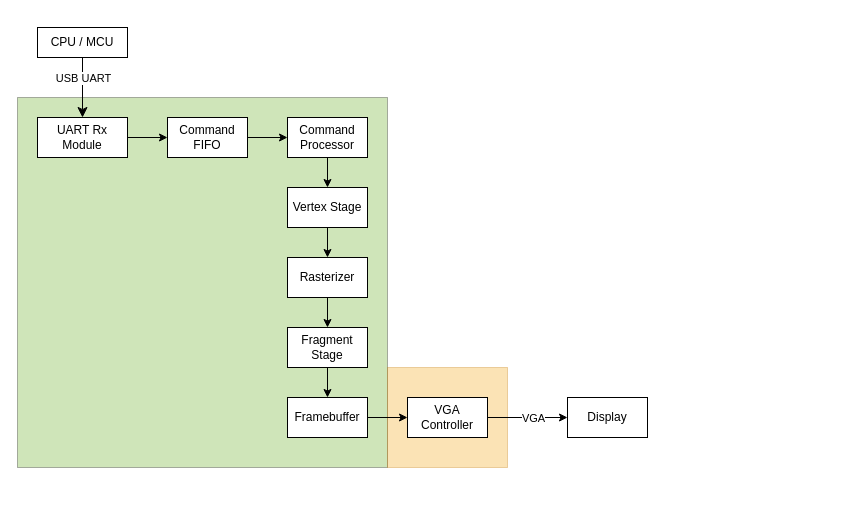
This is docs/tiny_gpu.drawio from x-vmaier/fpga-gpu, a draw.io file, before an edit. Source tidied: cells renumbered, new cells numbered last; positions are measured from the earlier drawing's top-left corner, leaving out a move shared by most shapes. Both pictures are drawn from the tidied source at 100%, with x=0, y=0 at pixel (17, 27).
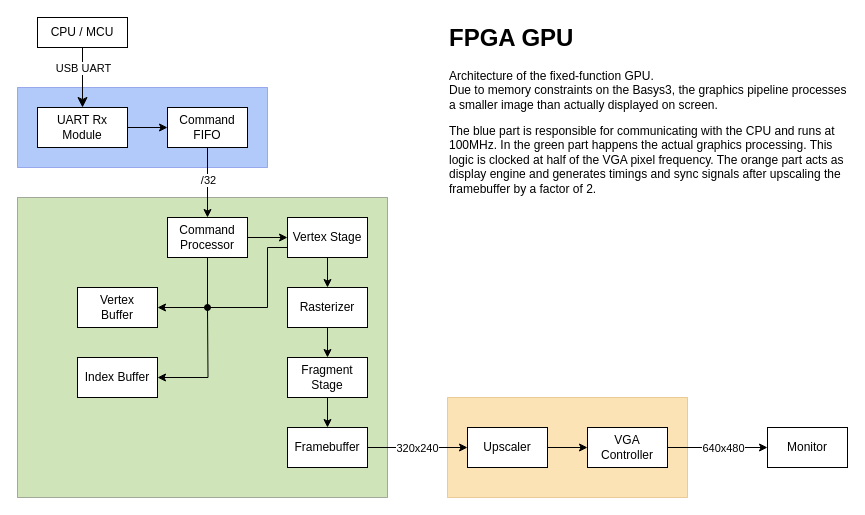
After the change.

Commit message:
Update gpu architecture

Diff of the diagram source:
```diff
@@
+    <mxCell id="25" style="rounded=0;whiteSpace=wrap;html=1;fillColor=#0050ef;fontColor=#ffffff;strokeColor=#001DBC;opacity=30;glass=0;shadow=0;perimeterSpacing=0;strokeWidth=1;" parent="1" vertex="1">
+      <mxGeometry y="60" width="250" height="80" as="geometry" />
+    </mxCell>
     <mxCell id="2" style="rounded=0;whiteSpace=wrap;html=1;fillColor=#60a917;fontColor=#ffffff;strokeColor=default;opacity=30;glass=0;shadow=0;gradientColor=none;perimeterSpacing=0;strokeWidth=1;" parent="1" vertex="1">
-      <mxGeometry y="70" width="370" height="370" as="geometry" />
+      <mxGeometry y="170" width="370" height="300" as="geometry" />
     </mxCell>
     <mxCell id="3" style="rounded=0;whiteSpace=wrap;html=1;fillColor=#f0a30a;fontColor=#000000;strokeColor=#BD7000;opacity=30;glass=0;shadow=0;perimeterSpacing=0;strokeWidth=1;" parent="1" vertex="1">
-      <mxGeometry x="370" y="340" width="120" height="100" as="geometry" />
+      <mxGeometry x="430" y="370" width="240" height="100" as="geometry" />
     </mxCell>
@@
     <mxCell id="5" value="UART Rx Module" style="rounded=0;whiteSpace=wrap;html=1;" parent="1" vertex="1">
-      <mxGeometry x="20" y="90" width="90" height="40" as="geometry" />
+      <mxGeometry x="20" y="80" width="90" height="40" as="geometry" />
     </mxCell>
-    <mxCell id="6" style="edgeStyle=segmentEdgeStyle;endArrow=classic;html=1;curved=0;rounded=0;endSize=8;startSize=8;sourcePerimeterSpacing=0;targetPerimeterSpacing=0;entryX=0.5;entryY=0;entryDx=0;entryDy=0;exitX=1;exitY=0.5;exitDx=0;exitDy=0;" parent="1" edge="1" source="8" target="5">
-      <mxGeometry relative="1" as="geometry">
-        <Array as="points">
-          <mxPoint x="65" y="25" />
-        </Array>
-      </mxGeometry>
+    <mxCell id="6" style="edgeStyle=segmentEdgeStyle;endArrow=classic;html=1;curved=0;rounded=0;endSize=8;startSize=8;sourcePerimeterSpacing=0;targetPerimeterSpacing=0;entryX=0.5;entryY=0;entryDx=0;entryDy=0;exitX=0.5;exitY=1;exitDx=0;exitDy=0;" parent="1" edge="1" source="8" target="5">
+      <mxGeometry relative="1" as="geometry" />
     </mxCell>
     <mxCell id="7" value="USB UART" style="edgeLabel;html=1;align=center;verticalAlign=middle;" parent="6" vertex="1">
       <mxGeometry x="-0.07" relative="1" as="geometry">
-        <mxPoint y="24" as="offset" />
+        <mxPoint y="-8" as="offset" />
       </mxGeometry>
     </mxCell>
     <mxCell id="8" value="CPU / MCU" style="rounded=0;whiteSpace=wrap;html=1;" parent="1" vertex="1">
-      <mxGeometry x="20" width="90" height="30" as="geometry" />
+      <mxGeometry x="20" y="-10" width="90" height="30" as="geometry" />
     </mxCell>
-    <mxCell id="9" style="edgeStyle=none;rounded=0;jettySize=auto;html=1;" parent="1" edge="1" source="10" target="12">
+    <mxCell id="9" style="edgeStyle=none;rounded=0;jettySize=auto;html=1;exitX=0.5;exitY=1;exitDx=0;exitDy=0;" parent="1" edge="1" source="10" target="12">
       <mxGeometry relative="1" as="geometry" />
     </mxCell>
+    <mxCell id="26" value="/32" style="edgeLabel;html=1;align=center;verticalAlign=middle;" parent="9" vertex="1">
+      <mxGeometry x="-0.19" y="1" relative="1" as="geometry">
+        <mxPoint x="-1" y="4" as="offset" />
+      </mxGeometry>
+    </mxCell>
     <mxCell id="10" value="Command FIFO" style="rounded=0;whiteSpace=wrap;html=1;" parent="1" vertex="1">
-      <mxGeometry x="150" y="90" width="80" height="40" as="geometry" />
+      <mxGeometry x="150" y="80" width="80" height="40" as="geometry" />
     </mxCell>
@@
+    <mxCell id="27" style="edgeStyle=orthogonalEdgeStyle;rounded=0;jettySize=auto;html=1;exitX=0.5;exitY=1;exitDx=0;exitDy=0;entryX=1;entryY=0.5;entryDx=0;entryDy=0;" parent="1" edge="1" source="12" target="31">
+      <mxGeometry relative="1" as="geometry">
+        <Array as="points">
+          <mxPoint x="190" y="280" />
+        </Array>
+      </mxGeometry>
+    </mxCell>
     <mxCell id="12" value="Command Processor" style="rounded=0;whiteSpace=wrap;html=1;" parent="1" vertex="1">
-      <mxGeometry x="270" y="90" width="80" height="40" as="geometry" />
+      <mxGeometry x="150" y="190" width="80" height="40" as="geometry" />
     </mxCell>
@@
     <mxCell id="14" value="Vertex Stage" style="rounded=0;whiteSpace=wrap;html=1;" parent="1" vertex="1">
-      <mxGeometry x="270" y="160" width="80" height="40" as="geometry" />
+      <mxGeometry x="270" y="190" width="80" height="40" as="geometry" />
     </mxCell>
@@
     <mxCell id="16" value="Rasterizer" style="rounded=0;whiteSpace=wrap;html=1;" parent="1" vertex="1">
-      <mxGeometry x="270" y="230" width="80" height="40" as="geometry" />
+      <mxGeometry x="270" y="260" width="80" height="40" as="geometry" />
     </mxCell>
@@
     <mxCell id="18" value="Fragment Stage" style="rounded=0;whiteSpace=wrap;html=1;" parent="1" vertex="1">
-      <mxGeometry x="270" y="300" width="80" height="40" as="geometry" />
+      <mxGeometry x="270" y="330" width="80" height="40" as="geometry" />
     </mxCell>
-    <mxCell id="19" style="edgeStyle=none;rounded=0;jettySize=auto;html=1;" parent="1" edge="1" source="20" target="23">
-      <mxGeometry relative="1" as="geometry" />
-    </mxCell>
+    <mxCell id="28" style="edgeStyle=none;rounded=0;jettySize=auto;html=1;exitX=1;exitY=0.5;exitDx=0;exitDy=0;entryX=0;entryY=0.5;entryDx=0;entryDy=0;" parent="1" edge="1" source="20" target="35">
+      <mxGeometry relative="1" as="geometry" />
+    </mxCell>
+    <mxCell id="29" value="320x240" style="edgeLabel;html=1;align=center;verticalAlign=middle;" parent="28" vertex="1">
+      <mxGeometry x="-0.03" relative="1" as="geometry" />
+    </mxCell>
     <mxCell id="20" value="Framebuffer" style="rounded=0;whiteSpace=wrap;html=1;" parent="1" vertex="1">
-      <mxGeometry x="270" y="370" width="80" height="40" as="geometry" />
+      <mxGeometry x="270" y="400" width="80" height="40" as="geometry" />
     </mxCell>
-    <mxCell id="21" style="edgeStyle=none;rounded=0;jettySize=auto;html=1;" parent="1" edge="1" source="23" target="24">
+    <mxCell id="21" style="edgeStyle=none;rounded=0;jettySize=auto;html=1;exitX=1;exitY=0.5;exitDx=0;exitDy=0;" parent="1" edge="1" source="23" target="24">
       <mxGeometry relative="1" as="geometry" />
     </mxCell>
-    <mxCell id="22" value="VGA" style="edgeLabel;html=1;align=center;verticalAlign=middle;" parent="21" vertex="1">
+    <mxCell id="22" value="640x480" style="edgeLabel;html=1;align=center;verticalAlign=middle;" parent="21" vertex="1">
       <mxGeometry x="-0.05" y="-1" relative="1" as="geometry">
         <mxPoint x="7" y="-1" as="offset" />
       </mxGeometry>
     </mxCell>
     <mxCell id="23" value="VGA Controller" style="rounded=0;whiteSpace=wrap;html=1;" parent="1" vertex="1">
-      <mxGeometry x="390" y="370" width="80" height="40" as="geometry" />
+      <mxGeometry x="570" y="400" width="80" height="40" as="geometry" />
     </mxCell>
-    <mxCell id="24" value="Display" style="rounded=0;whiteSpace=wrap;html=1;" parent="1" vertex="1">
-      <mxGeometry x="550" y="370" width="80" height="40" as="geometry" />
+    <mxCell id="24" value="Monitor" style="rounded=0;whiteSpace=wrap;html=1;" parent="1" vertex="1">
+      <mxGeometry x="750" y="400" width="80" height="40" as="geometry" />
     </mxCell>
+    <mxCell id="30" style="edgeStyle=orthogonalEdgeStyle;rounded=0;jettySize=auto;html=1;entryX=0;entryY=0.75;entryDx=0;entryDy=0;startArrow=none;startFill=0;endArrow=none;endFill=0;" parent="1" edge="1" target="14">
+      <mxGeometry relative="1" as="geometry">
+        <mxPoint x="190" y="290" as="sourcePoint" />
+        <Array as="points">
+          <mxPoint x="190" y="280" />
+          <mxPoint x="250" y="280" />
+          <mxPoint x="250" y="220" />
+        </Array>
+      </mxGeometry>
+    </mxCell>
+    <mxCell id="31" value="Vertex&lt;div&gt;Buffer&lt;/div&gt;" style="rounded=0;whiteSpace=wrap;html=1;" parent="1" vertex="1">
+      <mxGeometry x="60" y="260" width="80" height="40" as="geometry" />
+    </mxCell>
+    <mxCell id="32" style="edgeStyle=orthogonalEdgeStyle;rounded=0;jettySize=auto;html=1;exitX=1;exitY=0.5;exitDx=0;exitDy=0;endArrow=oval;endFill=1;startArrow=classic;startFill=1;" parent="1" edge="1" source="33">
+      <mxGeometry relative="1" as="geometry">
+        <mxPoint x="190" y="280" as="targetPoint" />
+      </mxGeometry>
+    </mxCell>
+    <mxCell id="33" value="Index Buffer" style="rounded=0;whiteSpace=wrap;html=1;" parent="1" vertex="1">
+      <mxGeometry x="60" y="330" width="80" height="40" as="geometry" />
+    </mxCell>
+    <mxCell id="34" style="edgeStyle=none;rounded=0;jettySize=auto;html=1;exitX=1;exitY=0.5;exitDx=0;exitDy=0;" parent="1" edge="1" source="35" target="23">
+      <mxGeometry relative="1" as="geometry" />
+    </mxCell>
+    <mxCell id="35" value="Upscaler" style="rounded=0;whiteSpace=wrap;html=1;" parent="1" vertex="1">
+      <mxGeometry x="450" y="400" width="80" height="40" as="geometry" />
+    </mxCell>
+    <mxCell id="36" value="&lt;h1 style=&quot;margin-top: 0px;&quot;&gt;FPGA GPU&lt;/h1&gt;&lt;p&gt;Architecture of the fixed-function GPU.&lt;br&gt;Due to memory constraints on the Basys3, the graphics pipeline processes a smaller image than actually displayed on screen.&lt;/p&gt;&lt;p&gt;The blue part is responsible for communicating with the CPU and runs at 100MHz. In the green part happens the actual graphics processing. This logic is clocked at half of the VGA pixel frequency. The orange part acts as display engine and generates timings and sync signals after upscaling the framebuffer by a factor of 2.&lt;/p&gt;" style="text;html=1;whiteSpace=wrap;overflow=hidden;rounded=0;" parent="1" vertex="1">
+      <mxGeometry x="430" y="-10" width="400" height="210" as="geometry" />
+    </mxCell>
```
